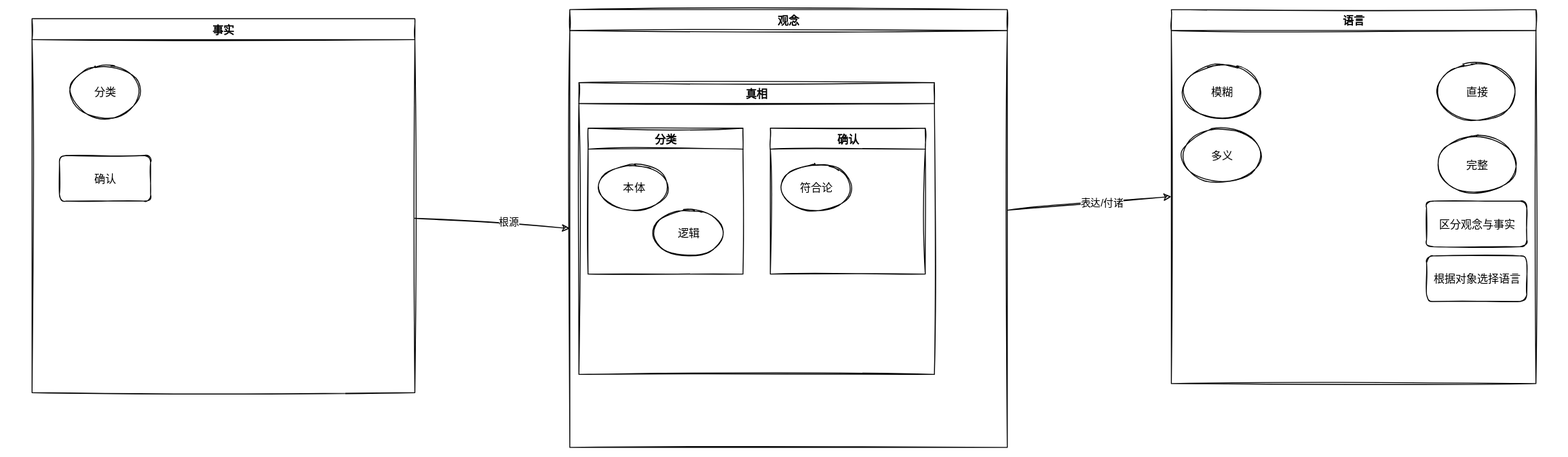
Above: 笔记/工具/哲学/逻辑学/Untitled Diagram.svg in Echo-Yanglulu/obsidianPrivateNote (draw.io), before the change. Source tidied: cells renumbered, new cells last; positions are measured from the earlier drawing's top-left corner, leaving out a move shared by most shapes.
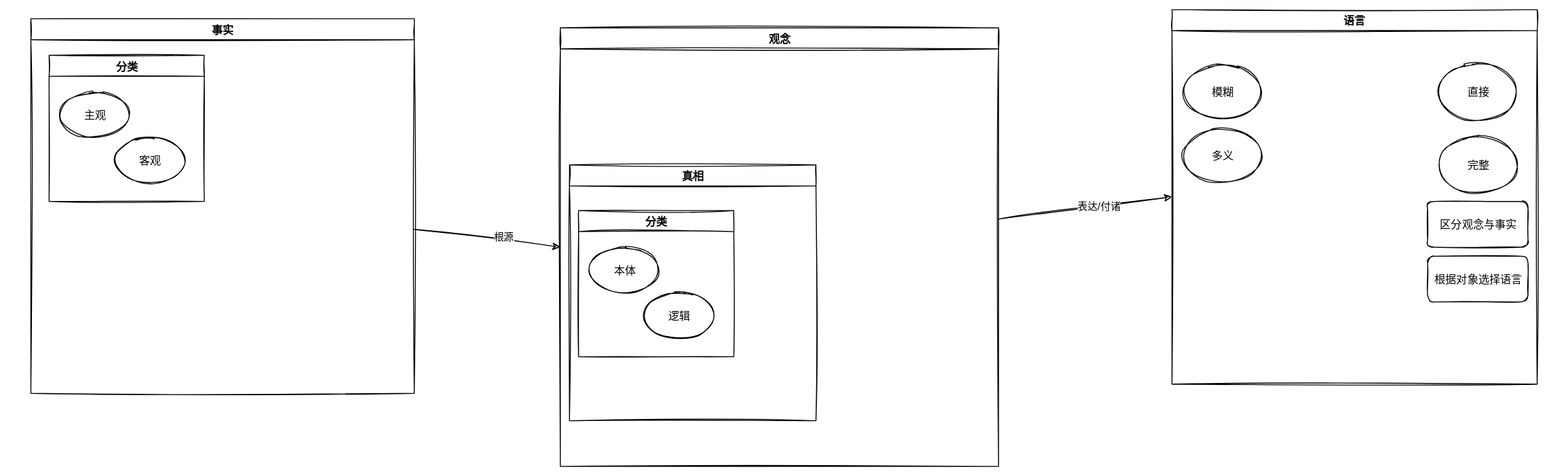
Above is the later version.

What changed in the source:
```diff
@@ -11,12 +11,15 @@
     <mxCell id="4" value="事实" style="swimlane;" parent="1" vertex="1">
       <mxGeometry y="10" width="420" height="410" as="geometry" />
     </mxCell>
-    <mxCell id="5" value="确认" style="rounded=1;whiteSpace=wrap;html=1;" parent="4" vertex="1">
-      <mxGeometry x="30" y="150" width="100" height="50" as="geometry" />
-    </mxCell>
-    <mxCell id="6" value="分类" style="ellipse;whiteSpace=wrap;html=1;" parent="4" vertex="1">
-      <mxGeometry x="40" y="50" width="80" height="60" as="geometry" />
+    <mxCell id="6" value="分类" style="swimlane;" parent="4" vertex="1">
+      <mxGeometry x="20" y="40" width="170" height="160" as="geometry" />
     </mxCell>
+    <mxCell id="23" value="主观" style="ellipse;whiteSpace=wrap;html=1;" parent="6" vertex="1">
+      <mxGeometry x="10" y="40" width="80" height="50" as="geometry" />
+    </mxCell>
+    <mxCell id="24" value="客观" style="ellipse;whiteSpace=wrap;html=1;" parent="6" vertex="1">
+      <mxGeometry x="70" y="90" width="80" height="50" as="geometry" />
+    </mxCell>
     <mxCell id="7" style="edgeStyle=none;html=1;entryX=0;entryY=0.5;entryDx=0;entryDy=0;" parent="1" edge="1" source="9" target="16">
       <mxGeometry relative="1" as="geometry" />
     </mxCell>
@@ -24,10 +27,10 @@
       <mxGeometry x="0.14" relative="1" as="geometry" />
     </mxCell>
     <mxCell id="9" value="观念" style="swimlane;" parent="1" vertex="1">
-      <mxGeometry x="590" width="480" height="480" as="geometry" />
+      <mxGeometry x="580" y="20" width="480" height="480" as="geometry" />
     </mxCell>
     <mxCell id="10" value="真相" style="swimlane;" parent="9" vertex="1">
-      <mxGeometry x="10" y="80" width="390" height="320" as="geometry" />
+      <mxGeometry x="10" y="150" width="270" height="280" as="geometry" />
     </mxCell>
     <mxCell id="11" value="分类" style="swimlane;" parent="10" vertex="1">
       <mxGeometry x="10" y="50" width="170" height="160" as="geometry" />
@@ -38,12 +41,6 @@
     <mxCell id="13" value="逻辑" style="ellipse;whiteSpace=wrap;html=1;" parent="11" vertex="1">
       <mxGeometry x="70" y="90" width="80" height="50" as="geometry" />
     </mxCell>
-    <mxCell id="14" value="确认" style="swimlane;" parent="10" vertex="1">
-      <mxGeometry x="210" y="50" width="170" height="160" as="geometry" />
-    </mxCell>
-    <mxCell id="15" value="符合论" style="ellipse;whiteSpace=wrap;html=1;" parent="14" vertex="1">
-      <mxGeometry x="10" y="40" width="80" height="50" as="geometry" />
-    </mxCell>
     <mxCell id="16" value="语言" style="swimlane;" parent="1" vertex="1">
       <mxGeometry x="1250" width="400" height="410" as="geometry" />
     </mxCell>
```
